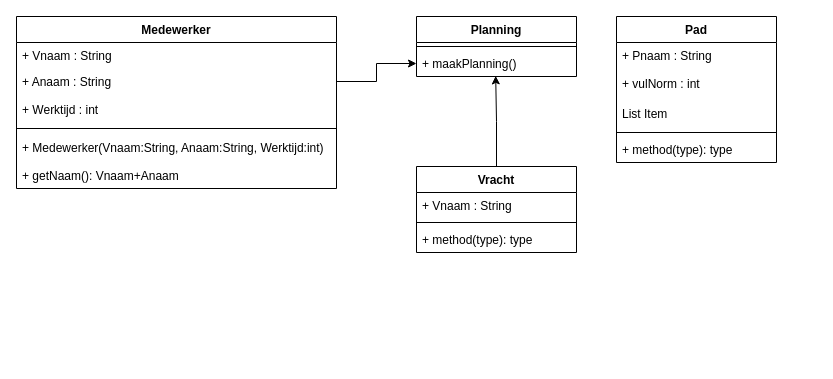
Before: Vulplanning UML.drawio in Kikkerslijm410/SchoolOpdracht, a draw.io diagram. Source tidied: cells renumbered, new cells numbered last; positions are measured from the earlier drawing's top-left corner, leaving out a move shared by most shapes. Both pictures are drawn from the tidied source at 100%, with x=0, y=0 at pixel (16, 16).
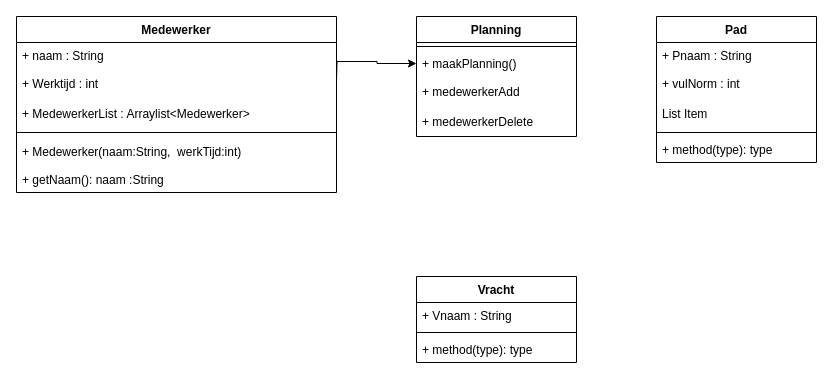
The same page after the edit.

The change refers to these unchanged cells:
```xml
<mxCell id="22" value="+ maakPlanning()&#10;" style="text;strokeColor=none;fillColor=none;align=left;verticalAlign=top;spacingLeft=4;spacingRight=4;overflow=hidden;points=[[0,0.5],[1,0.5]];portConstraint=eastwest;" parent="20" vertex="1">
  <mxGeometry y="34" width="160" height="26" as="geometry" />
</mxCell>
```

Change to the diagram source:
```diff
@@
     <mxCell id="2" value="Medewerker" style="swimlane;fontStyle=1;align=center;verticalAlign=top;horizontal=1;startSize=26;" parent="1" vertex="1">
-      <mxGeometry width="320" height="172" as="geometry" />
+      <mxGeometry width="320" height="176" as="geometry" />
     </mxCell>
-    <mxCell id="3" value="+ Vnaam : String" style="text;strokeColor=none;fillColor=none;align=left;verticalAlign=top;spacingLeft=4;spacingRight=4;overflow=hidden;" parent="2" vertex="1">
+    <mxCell id="3" value="+ naam : String" style="text;strokeColor=none;fillColor=none;align=left;verticalAlign=top;spacingLeft=4;spacingRight=4;overflow=hidden;" parent="2" vertex="1">
       <mxGeometry y="26" width="320" height="26" as="geometry" />
     </mxCell>
-    <mxCell id="4" value="+ Anaam : String" style="text;strokeColor=none;fillColor=none;align=left;verticalAlign=top;spacingLeft=4;spacingRight=4;overflow=hidden;points=[[0,0.5],[1,0.5]];portConstraint=eastwest;" parent="2" vertex="1">
-      <mxGeometry y="52" width="320" height="26" as="geometry" />
-    </mxCell>
     <mxCell id="5" value="+ Werktijd : int" style="text;strokeColor=none;fillColor=none;align=left;verticalAlign=middle;spacingLeft=4;spacingRight=4;overflow=hidden;" parent="2" vertex="1">
-      <mxGeometry y="78" width="320" height="30" as="geometry" />
+      <mxGeometry y="52" width="320" height="30" as="geometry" />
     </mxCell>
+    <mxCell id="24" value="+ MedewerkerList : Arraylist&lt;Medewerker&gt;" style="text;strokeColor=none;fillColor=none;align=left;verticalAlign=middle;spacingLeft=4;spacingRight=4;overflow=hidden;" parent="2" vertex="1">
+      <mxGeometry y="82" width="320" height="30" as="geometry" />
+    </mxCell>
     <mxCell id="6" style="line;strokeWidth=1;fillColor=none;align=left;verticalAlign=middle;spacingTop=-1;spacingLeft=3;spacingRight=3;labelPosition=right;" parent="2" vertex="1">
-      <mxGeometry y="108" width="320" height="8" as="geometry" />
+      <mxGeometry y="112" width="320" height="8" as="geometry" />
     </mxCell>
-    <mxCell id="7" value="+ Medewerker(Vnaam:String, Anaam:String, Werktijd:int)" style="text;strokeColor=none;fillColor=none;align=left;verticalAlign=middle;spacingLeft=4;spacingRight=4;overflow=hidden;" parent="2" vertex="1">
-      <mxGeometry y="116" width="320" height="30" as="geometry" />
+    <mxCell id="7" value="+ Medewerker(naam:String,  werkTijd:int)" style="text;strokeColor=none;fillColor=none;align=left;verticalAlign=middle;spacingLeft=4;spacingRight=4;overflow=hidden;" parent="2" vertex="1">
+      <mxGeometry y="120" width="320" height="30" as="geometry" />
     </mxCell>
-    <mxCell id="8" value="+ getNaam(): Vnaam+Anaam" style="text;strokeColor=none;fillColor=none;align=left;verticalAlign=top;spacingLeft=4;spacingRight=4;overflow=hidden;" parent="2" vertex="1">
-      <mxGeometry y="146" width="320" height="26" as="geometry" />
+    <mxCell id="8" value="+ getNaam(): naam :String" style="text;strokeColor=none;fillColor=none;align=left;verticalAlign=top;spacingLeft=4;spacingRight=4;overflow=hidden;" parent="2" vertex="1">
+      <mxGeometry y="150" width="320" height="26" as="geometry" />
     </mxCell>
-    <mxCell id="9" style="edgeStyle=orthogonalEdgeStyle;rounded=0;jettySize=auto;html=1;exitX=0.5;exitY=0;exitDx=0;exitDy=0;entryX=0.495;entryY=0.977;entryDx=0;entryDy=0;entryPerimeter=0;" parent="1" edge="1" source="10" target="22">
-      <mxGeometry relative="1" as="geometry" />
-    </mxCell>
     <mxCell id="10" value="Vracht" style="swimlane;fontStyle=1;align=center;verticalAlign=top;horizontal=1;startSize=26;" parent="1" vertex="1">
-      <mxGeometry x="400" y="150" width="160" height="86" as="geometry" />
+      <mxGeometry x="400" y="260" width="160" height="86" as="geometry" />
     </mxCell>
@@
     <mxCell id="14" value="Pad" style="swimlane;fontStyle=1;align=center;verticalAlign=top;horizontal=1;startSize=26;" parent="1" vertex="1">
-      <mxGeometry x="600" width="160" height="146" as="geometry" />
+      <mxGeometry x="640" width="160" height="146" as="geometry" />
     </mxCell>
@@
     <mxCell id="20" value="Planning" style="swimlane;fontStyle=1;align=center;verticalAlign=top;horizontal=1;startSize=26;" parent="1" vertex="1">
-      <mxGeometry x="400" width="160" height="60" as="geometry" />
+      <mxGeometry x="400" width="160" height="120" as="geometry" />
     </mxCell>
@@
+    <mxCell id="25" value="+ medewerkerAdd" style="text;strokeColor=none;fillColor=none;align=left;verticalAlign=middle;spacingLeft=4;spacingRight=4;overflow=hidden;" parent="20" vertex="1">
+      <mxGeometry y="60" width="160" height="30" as="geometry" />
+    </mxCell>
+    <mxCell id="26" value="+ medewerkerDelete" style="text;strokeColor=none;fillColor=none;align=left;verticalAlign=middle;spacingLeft=4;spacingRight=4;overflow=hidden;" parent="20" vertex="1">
+      <mxGeometry y="90" width="160" height="30" as="geometry" />
+    </mxCell>
-    <mxCell id="23" style="edgeStyle=orthogonalEdgeStyle;rounded=0;jettySize=auto;html=1;exitX=1;exitY=0.5;exitDx=0;exitDy=0;entryX=0;entryY=0.5;entryDx=0;entryDy=0;" parent="1" edge="1" source="4" target="22">
-      <mxGeometry relative="1" as="geometry" />
+    <mxCell id="23" style="edgeStyle=orthogonalEdgeStyle;rounded=0;jettySize=auto;html=1;exitX=1;exitY=0.5;exitDx=0;exitDy=0;entryX=0;entryY=0.5;entryDx=0;entryDy=0;" parent="1" edge="1" target="22">
+      <mxGeometry relative="1" as="geometry">
+        <mxPoint x="320" y="65" as="sourcePoint" />
+      </mxGeometry>
     </mxCell>
```
